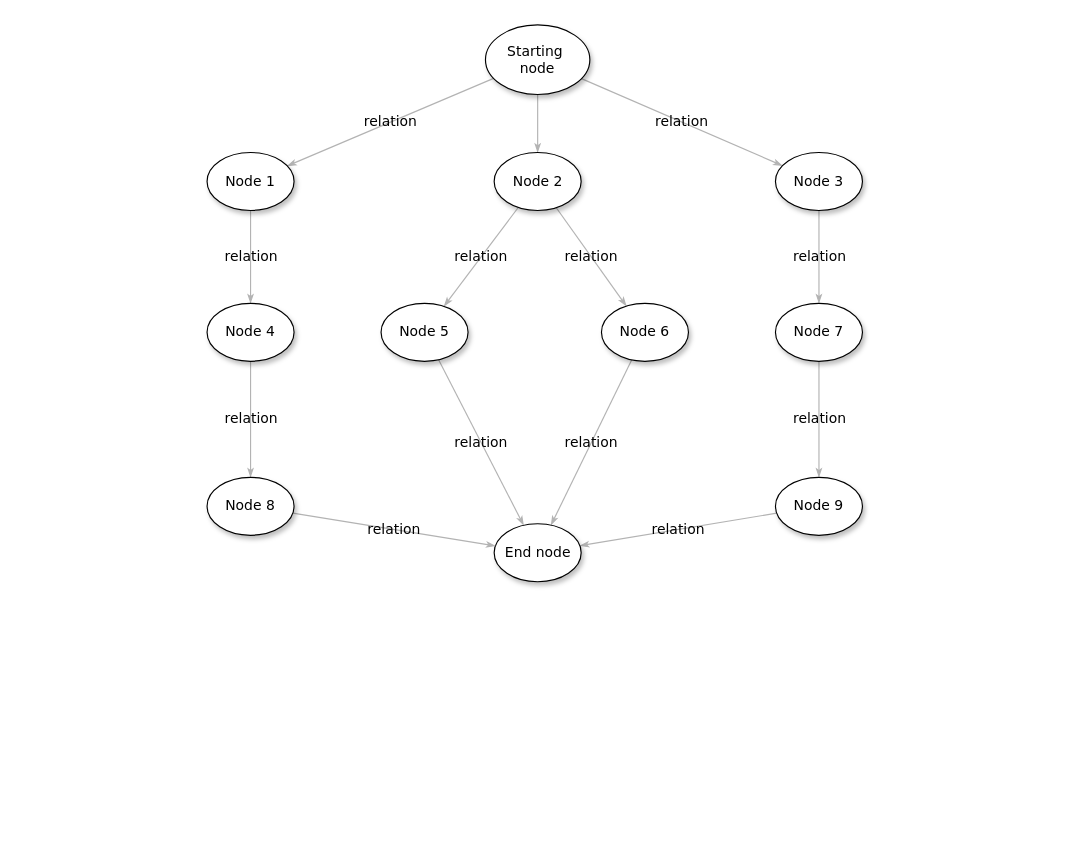
Before: Untitled Diagram.drawio in allen-wiki/Auto.Js, a draw.io diagram. Source tidied: cells renumbered, new cells numbered last; positions are measured from the earlier drawing's top-left corner, leaving out a move shared by most shapes. Both pictures are drawn from the tidied source at 116%, with x=0, y=0 at pixel (206, 24).
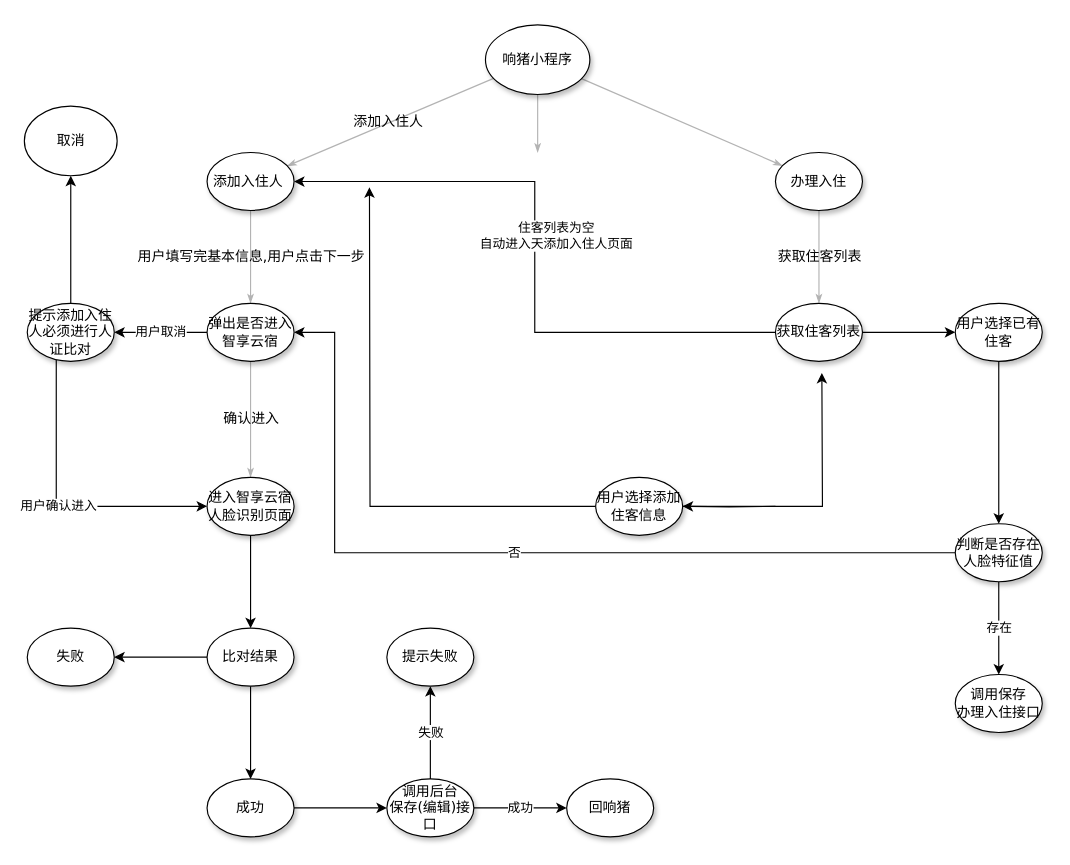
Above is the later version.

Change to the diagram source:
```diff
@@
-    <mxCell id="2" style="edgeStyle=none;rounded=1;html=1;labelBackgroundColor=none;startArrow=none;startFill=0;startSize=5;endArrow=classicThin;endFill=1;endSize=5;jettySize=auto;strokeColor=#B3B3B3;strokeWidth=1;fontFamily=Verdana;fontSize=12;" parent="1" edge="1" source="5" target="8">
-      <mxGeometry relative="1" as="geometry" />
+    <mxCell id="2" style="edgeStyle=none;rounded=1;html=1;labelBackgroundColor=none;startArrow=none;startFill=0;startSize=5;endArrow=classicThin;endFill=1;endSize=5;jettySize=auto;strokeColor=#B3B3B3;strokeWidth=1;fontFamily=Verdana;fontSize=12;" parent="1" edge="1" source="5">
+      <mxGeometry relative="1" as="geometry">
+        <mxPoint x="285" y="110" as="targetPoint" />
+      </mxGeometry>
     </mxCell>
-    <mxCell id="3" value="relation" style="edgeStyle=none;rounded=1;html=1;labelBackgroundColor=none;startArrow=none;startFill=0;startSize=5;endArrow=classicThin;endFill=1;endSize=5;jettySize=auto;strokeColor=#B3B3B3;strokeWidth=1;fontFamily=Verdana;fontSize=12;" parent="1" edge="1" source="5" target="21">
+    <mxCell id="3" value="添加入住人&amp;nbsp;" style="edgeStyle=none;rounded=1;html=1;labelBackgroundColor=none;startArrow=none;startFill=0;startSize=5;endArrow=classicThin;endFill=1;endSize=5;jettySize=auto;strokeColor=#B3B3B3;strokeWidth=1;fontFamily=Verdana;fontSize=12;" parent="1" edge="1" source="5" target="21">
       <mxGeometry relative="1" as="geometry" />
     </mxCell>
-    <mxCell id="4" value="relation" style="edgeStyle=none;rounded=1;html=1;labelBackgroundColor=none;startArrow=none;startFill=0;startSize=5;endArrow=classicThin;endFill=1;endSize=5;jettySize=auto;strokeColor=#B3B3B3;strokeWidth=1;fontFamily=Verdana;fontSize=12;" parent="1" edge="1" source="5" target="10">
+    <mxCell id="4" style="edgeStyle=none;rounded=1;html=1;labelBackgroundColor=none;startArrow=none;startFill=0;startSize=5;endArrow=classicThin;endFill=1;endSize=5;jettySize=auto;strokeColor=#B3B3B3;strokeWidth=1;fontFamily=Verdana;fontSize=12;" parent="1" edge="1" source="5" target="10">
       <mxGeometry relative="1" as="geometry" />
     </mxCell>
-    <mxCell id="5" value="Starting&amp;nbsp;&lt;div&gt;node&lt;/div&gt;" style="ellipse;whiteSpace=wrap;html=1;rounded=0;shadow=1;comic=0;labelBackgroundColor=none;strokeWidth=1;fontFamily=Verdana;fontSize=12;align=center;" parent="1" vertex="1">
+    <mxCell id="5" value="响猪小程序" style="ellipse;whiteSpace=wrap;html=1;rounded=0;shadow=1;comic=0;labelBackgroundColor=none;strokeWidth=1;fontFamily=Verdana;fontSize=12;align=center;" parent="1" vertex="1">
       <mxGeometry x="240" width="90" height="60" as="geometry" />
     </mxCell>
-    <mxCell id="6" value="relation" style="edgeStyle=none;rounded=1;html=1;labelBackgroundColor=none;startArrow=none;startFill=0;startSize=5;endArrow=classicThin;endFill=1;endSize=5;jettySize=auto;strokeColor=#B3B3B3;strokeWidth=1;fontFamily=Verdana;fontSize=12;" parent="1" edge="1" source="8" target="18">
-      <mxGeometry relative="1" as="geometry" />
-    </mxCell>
-    <mxCell id="7" value="relation" style="edgeStyle=none;rounded=1;html=1;labelBackgroundColor=none;startArrow=none;startFill=0;startSize=5;endArrow=classicThin;endFill=1;endSize=5;jettySize=auto;strokeColor=#B3B3B3;strokeWidth=1;fontFamily=Verdana;fontSize=12;" parent="1" edge="1" source="8" target="16">
-      <mxGeometry relative="1" as="geometry" />
-    </mxCell>
-    <mxCell id="8" value="&lt;span&gt;Node 2&lt;/span&gt;" style="ellipse;whiteSpace=wrap;html=1;rounded=0;shadow=1;comic=0;labelBackgroundColor=none;strokeWidth=1;fontFamily=Verdana;fontSize=12;align=center;" parent="1" vertex="1">
-      <mxGeometry x="247.5" y="110" width="75" height="50" as="geometry" />
-    </mxCell>
-    <mxCell id="9" value="relation" style="edgeStyle=none;rounded=1;html=1;labelBackgroundColor=none;startArrow=none;startFill=0;startSize=5;endArrow=classicThin;endFill=1;endSize=5;jettySize=auto;strokeColor=#B3B3B3;strokeWidth=1;fontFamily=Verdana;fontSize=12;" parent="1" edge="1" source="10" target="12">
+    <mxCell id="9" value="获取住客列表" style="edgeStyle=none;rounded=1;html=1;labelBackgroundColor=none;startArrow=none;startFill=0;startSize=5;endArrow=classicThin;endFill=1;endSize=5;jettySize=auto;strokeColor=#B3B3B3;strokeWidth=1;fontFamily=Verdana;fontSize=12;" parent="1" edge="1" source="10" target="12">
       <mxGeometry relative="1" as="geometry" />
     </mxCell>
-    <mxCell id="10" value="&lt;span&gt;Node 3&lt;/span&gt;" style="ellipse;whiteSpace=wrap;html=1;rounded=0;shadow=1;comic=0;labelBackgroundColor=none;strokeWidth=1;fontFamily=Verdana;fontSize=12;align=center;" parent="1" vertex="1">
+    <mxCell id="10" value="&lt;span&gt;办理入住&lt;/span&gt;" style="ellipse;whiteSpace=wrap;html=1;rounded=0;shadow=1;comic=0;labelBackgroundColor=none;strokeWidth=1;fontFamily=Verdana;fontSize=12;align=center;" parent="1" vertex="1">
       <mxGeometry x="490" y="110" width="75" height="50" as="geometry" />
     </mxCell>
-    <mxCell id="11" value="relation" style="edgeStyle=none;rounded=1;html=1;labelBackgroundColor=none;startArrow=none;startFill=0;startSize=5;endArrow=classicThin;endFill=1;endSize=5;jettySize=auto;strokeColor=#B3B3B3;strokeWidth=1;fontFamily=Verdana;fontSize=12;" parent="1" edge="1" source="12" target="14">
-      <mxGeometry relative="1" as="geometry" />
-    </mxCell>
+    <mxCell id="26" value="住客列表为空&lt;br&gt;自动进入天添加入住人页面" style="edgeStyle=orthogonalEdgeStyle;rounded=0;jettySize=auto;html=1;entryX=1;entryY=0.5;entryDx=0;entryDy=0;" parent="1" edge="1" source="12" target="21">
+      <mxGeometry x="0.07" y="-17" relative="1" as="geometry">
+        <mxPoint x="1" y="1" as="offset" />
+      </mxGeometry>
+    </mxCell>
+    <mxCell id="27" style="edgeStyle=orthogonalEdgeStyle;rounded=0;jettySize=auto;html=1;" parent="1" edge="1" source="12" target="50">
+      <mxGeometry relative="1" as="geometry" />
+    </mxCell>
-    <mxCell id="12" value="&lt;span&gt;Node 7&lt;/span&gt;" style="ellipse;whiteSpace=wrap;html=1;rounded=0;shadow=1;comic=0;labelBackgroundColor=none;strokeWidth=1;fontFamily=Verdana;fontSize=12;align=center;" parent="1" vertex="1">
+    <mxCell id="12" value="&lt;span&gt;获取住客列表&lt;/span&gt;" style="ellipse;whiteSpace=wrap;html=1;rounded=0;shadow=1;comic=0;labelBackgroundColor=none;strokeWidth=1;fontFamily=Verdana;fontSize=12;align=center;" parent="1" vertex="1">
       <mxGeometry x="490" y="240" width="75" height="50" as="geometry" />
     </mxCell>
-    <mxCell id="13" value="relation" style="edgeStyle=none;rounded=1;html=1;labelBackgroundColor=none;startArrow=none;startFill=0;startSize=5;endArrow=classicThin;endFill=1;endSize=5;jettySize=auto;strokeColor=#B3B3B3;strokeWidth=1;fontFamily=Verdana;fontSize=12;" parent="1" edge="1" source="14" target="19">
-      <mxGeometry relative="1" as="geometry" />
-    </mxCell>
-    <mxCell id="14" value="&lt;span&gt;Node 9&lt;/span&gt;" style="ellipse;whiteSpace=wrap;html=1;rounded=0;shadow=1;comic=0;labelBackgroundColor=none;strokeWidth=1;fontFamily=Verdana;fontSize=12;align=center;" parent="1" vertex="1">
-      <mxGeometry x="490" y="390" width="75" height="50" as="geometry" />
-    </mxCell>
-    <mxCell id="15" value="relation" style="edgeStyle=none;rounded=1;html=1;labelBackgroundColor=none;startArrow=none;startFill=0;startSize=5;endArrow=classicThin;endFill=1;endSize=5;jettySize=auto;strokeColor=#B3B3B3;strokeWidth=1;fontFamily=Verdana;fontSize=12;" parent="1" edge="1" source="16" target="19">
-      <mxGeometry relative="1" as="geometry" />
-    </mxCell>
-    <mxCell id="16" value="&lt;span&gt;Node 6&lt;/span&gt;" style="ellipse;whiteSpace=wrap;html=1;rounded=0;shadow=1;comic=0;labelBackgroundColor=none;strokeWidth=1;fontFamily=Verdana;fontSize=12;align=center;" parent="1" vertex="1">
-      <mxGeometry x="340" y="240" width="75" height="50" as="geometry" />
-    </mxCell>
-    <mxCell id="17" value="relation" style="edgeStyle=none;rounded=1;html=1;labelBackgroundColor=none;startArrow=none;startFill=0;startSize=5;endArrow=classicThin;endFill=1;endSize=5;jettySize=auto;strokeColor=#B3B3B3;strokeWidth=1;fontFamily=Verdana;fontSize=12;" parent="1" edge="1" source="18" target="19">
-      <mxGeometry relative="1" as="geometry" />
-    </mxCell>
-    <mxCell id="18" value="&lt;span&gt;Node 5&lt;/span&gt;" style="ellipse;whiteSpace=wrap;html=1;rounded=0;shadow=1;comic=0;labelBackgroundColor=none;strokeWidth=1;fontFamily=Verdana;fontSize=12;align=center;" parent="1" vertex="1">
-      <mxGeometry x="150" y="240" width="75" height="50" as="geometry" />
-    </mxCell>
-    <mxCell id="19" value="End node" style="ellipse;whiteSpace=wrap;html=1;rounded=0;shadow=1;comic=0;labelBackgroundColor=none;strokeWidth=1;fontFamily=Verdana;fontSize=12;align=center;" parent="1" vertex="1">
-      <mxGeometry x="247.5" y="430" width="75" height="50" as="geometry" />
-    </mxCell>
+    <mxCell id="28" style="edgeStyle=orthogonalEdgeStyle;rounded=0;jettySize=auto;html=1;" parent="1" edge="1" target="48">
+      <mxGeometry relative="1" as="geometry">
+        <mxPoint x="490" y="415" as="sourcePoint" />
+      </mxGeometry>
+    </mxCell>
-    <mxCell id="20" value="relation" style="edgeStyle=none;rounded=1;html=1;labelBackgroundColor=none;startArrow=none;startFill=0;startSize=5;endArrow=classicThin;endFill=1;endSize=5;jettySize=auto;strokeColor=#B3B3B3;strokeWidth=1;fontFamily=Verdana;fontSize=12;" parent="1" edge="1" source="21" target="23">
+    <mxCell id="20" value="用户填写完基本信息,用户点击下一步" style="edgeStyle=none;rounded=1;html=1;labelBackgroundColor=none;startArrow=none;startFill=0;startSize=5;endArrow=classicThin;endFill=1;endSize=5;jettySize=auto;strokeColor=#B3B3B3;strokeWidth=1;fontFamily=Verdana;fontSize=12;" parent="1" edge="1" source="21" target="23">
       <mxGeometry relative="1" as="geometry" />
     </mxCell>
-    <mxCell id="21" value="Node 1" style="ellipse;whiteSpace=wrap;html=1;rounded=0;shadow=1;comic=0;labelBackgroundColor=none;strokeWidth=1;fontFamily=Verdana;fontSize=12;align=center;" parent="1" vertex="1">
+    <mxCell id="21" value="&lt;span&gt;添加入住人&amp;nbsp;&lt;/span&gt;" style="ellipse;whiteSpace=wrap;html=1;rounded=0;shadow=1;comic=0;labelBackgroundColor=none;strokeWidth=1;fontFamily=Verdana;fontSize=12;align=center;" parent="1" vertex="1">
       <mxGeometry y="110" width="75" height="50" as="geometry" />
     </mxCell>
-    <mxCell id="22" value="relation" style="edgeStyle=none;rounded=1;html=1;labelBackgroundColor=none;startArrow=none;startFill=0;startSize=5;endArrow=classicThin;endFill=1;endSize=5;jettySize=auto;strokeColor=#B3B3B3;strokeWidth=1;fontFamily=Verdana;fontSize=12;" parent="1" edge="1" source="23" target="25">
+    <mxCell id="22" value="确认进入" style="edgeStyle=none;rounded=1;html=1;labelBackgroundColor=none;startArrow=none;startFill=0;startSize=5;endArrow=classicThin;endFill=1;endSize=5;jettySize=auto;strokeColor=#B3B3B3;strokeWidth=1;fontFamily=Verdana;fontSize=12;" parent="1" edge="1" source="23" target="25">
       <mxGeometry relative="1" as="geometry" />
     </mxCell>
+    <mxCell id="29" value="用户取消" style="edgeStyle=orthogonalEdgeStyle;rounded=0;jettySize=auto;html=1;" parent="1" edge="1" source="23" target="33">
+      <mxGeometry relative="1" as="geometry" />
+    </mxCell>
-    <mxCell id="23" value="&lt;span&gt;Node 4&lt;/span&gt;" style="ellipse;whiteSpace=wrap;html=1;rounded=0;shadow=1;comic=0;labelBackgroundColor=none;strokeWidth=1;fontFamily=Verdana;fontSize=12;align=center;" parent="1" vertex="1">
+    <mxCell id="23" value="弹出是否进入智享云宿" style="ellipse;whiteSpace=wrap;html=1;rounded=0;shadow=1;comic=0;labelBackgroundColor=none;strokeWidth=1;fontFamily=Verdana;fontSize=12;align=center;" parent="1" vertex="1">
       <mxGeometry y="240" width="75" height="50" as="geometry" />
     </mxCell>
-    <mxCell id="24" value="relation" style="edgeStyle=none;rounded=1;html=1;labelBackgroundColor=none;startArrow=none;startFill=0;startSize=5;endArrow=classicThin;endFill=1;endSize=5;jettySize=auto;strokeColor=#B3B3B3;strokeWidth=1;fontFamily=Verdana;fontSize=12;" parent="1" edge="1" source="25" target="19">
-      <mxGeometry relative="1" as="geometry" />
-    </mxCell>
+    <mxCell id="30" style="edgeStyle=orthogonalEdgeStyle;rounded=0;jettySize=auto;html=1;" parent="1" edge="1" source="25" target="36">
+      <mxGeometry relative="1" as="geometry" />
+    </mxCell>
-    <mxCell id="25" value="&lt;span&gt;Node 8&lt;/span&gt;" style="ellipse;whiteSpace=wrap;html=1;rounded=0;shadow=1;comic=0;labelBackgroundColor=none;strokeWidth=1;fontFamily=Verdana;fontSize=12;align=center;" parent="1" vertex="1">
+    <mxCell id="25" value="进入智享云宿人脸识别页面" style="ellipse;whiteSpace=wrap;html=1;rounded=0;shadow=1;comic=0;labelBackgroundColor=none;strokeWidth=1;fontFamily=Verdana;fontSize=12;align=center;" parent="1" vertex="1">
       <mxGeometry y="390" width="75" height="50" as="geometry" />
     </mxCell>
+    <mxCell id="31" value="用户确认进入" style="edgeStyle=orthogonalEdgeStyle;rounded=0;jettySize=auto;html=1;" parent="1" edge="1" source="33" target="25">
+      <mxGeometry relative="1" as="geometry">
+        <Array as="points">
+          <mxPoint x="-130" y="415" />
+        </Array>
+      </mxGeometry>
+    </mxCell>
+    <mxCell id="32" style="edgeStyle=orthogonalEdgeStyle;rounded=0;jettySize=auto;html=1;" parent="1" edge="1" source="33" target="45">
+      <mxGeometry relative="1" as="geometry" />
+    </mxCell>
+    <mxCell id="33" value="提示添加入住人必须进行人证比对" style="ellipse;whiteSpace=wrap;html=1;rounded=0;shadow=1;comic=0;labelBackgroundColor=none;strokeWidth=1;fontFamily=Verdana;fontSize=12;align=center;" parent="1" vertex="1">
+      <mxGeometry x="-155" y="240" width="75" height="50" as="geometry" />
+    </mxCell>
+    <mxCell id="34" style="edgeStyle=orthogonalEdgeStyle;rounded=0;jettySize=auto;html=1;" parent="1" edge="1" source="36" target="37">
+      <mxGeometry relative="1" as="geometry" />
+    </mxCell>
+    <mxCell id="35" style="edgeStyle=orthogonalEdgeStyle;rounded=0;jettySize=auto;html=1;" parent="1" edge="1" source="36" target="39">
+      <mxGeometry relative="1" as="geometry" />
+    </mxCell>
+    <mxCell id="36" value="比对结果" style="ellipse;whiteSpace=wrap;html=1;rounded=0;shadow=1;comic=0;labelBackgroundColor=none;strokeWidth=1;fontFamily=Verdana;fontSize=12;align=center;" parent="1" vertex="1">
+      <mxGeometry y="520" width="75" height="50" as="geometry" />
+    </mxCell>
+    <mxCell id="37" value="失败" style="ellipse;whiteSpace=wrap;html=1;rounded=0;shadow=1;comic=0;labelBackgroundColor=none;strokeWidth=1;fontFamily=Verdana;fontSize=12;align=center;" parent="1" vertex="1">
+      <mxGeometry x="-155" y="520" width="75" height="50" as="geometry" />
+    </mxCell>
+    <mxCell id="38" style="edgeStyle=orthogonalEdgeStyle;rounded=0;jettySize=auto;html=1;" parent="1" edge="1" source="39" target="42">
+      <mxGeometry relative="1" as="geometry" />
+    </mxCell>
+    <mxCell id="39" value="成功" style="ellipse;whiteSpace=wrap;html=1;rounded=0;shadow=1;comic=0;labelBackgroundColor=none;strokeWidth=1;fontFamily=Verdana;fontSize=12;align=center;" parent="1" vertex="1">
+      <mxGeometry y="650" width="75" height="50" as="geometry" />
+    </mxCell>
+    <mxCell id="40" value="成功" style="edgeStyle=orthogonalEdgeStyle;rounded=0;jettySize=auto;html=1;" parent="1" edge="1" source="42" target="43">
+      <mxGeometry relative="1" as="geometry" />
+    </mxCell>
+    <mxCell id="41" value="失败" style="edgeStyle=orthogonalEdgeStyle;rounded=0;jettySize=auto;html=1;" parent="1" edge="1" source="42" target="44">
+      <mxGeometry relative="1" as="geometry" />
+    </mxCell>
+    <mxCell id="42" value="调用后台&lt;br&gt;保存(编辑)接口" style="ellipse;whiteSpace=wrap;html=1;rounded=0;shadow=1;comic=0;labelBackgroundColor=none;strokeWidth=1;fontFamily=Verdana;fontSize=12;align=center;" parent="1" vertex="1">
+      <mxGeometry x="155" y="650" width="75" height="50" as="geometry" />
+    </mxCell>
+    <mxCell id="43" value="回响猪" style="ellipse;whiteSpace=wrap;html=1;rounded=0;shadow=1;comic=0;labelBackgroundColor=none;strokeWidth=1;fontFamily=Verdana;fontSize=12;align=center;" parent="1" vertex="1">
+      <mxGeometry x="310" y="650" width="75" height="50" as="geometry" />
+    </mxCell>
+    <mxCell id="44" value="提示失败" style="ellipse;whiteSpace=wrap;html=1;rounded=0;shadow=1;comic=0;labelBackgroundColor=none;strokeWidth=1;fontFamily=Verdana;fontSize=12;align=center;" parent="1" vertex="1">
+      <mxGeometry x="155" y="520" width="75" height="50" as="geometry" />
+    </mxCell>
+    <mxCell id="45" value="取消" style="ellipse;whiteSpace=wrap;html=1;" parent="1" vertex="1">
+      <mxGeometry x="-157.5" y="70" width="80" height="60" as="geometry" />
+    </mxCell>
+    <mxCell id="46" style="edgeStyle=orthogonalEdgeStyle;rounded=0;jettySize=auto;html=1;" parent="1" edge="1" source="48">
+      <mxGeometry relative="1" as="geometry">
+        <mxPoint x="140" y="140" as="targetPoint" />
+      </mxGeometry>
+    </mxCell>
+    <mxCell id="47" style="edgeStyle=orthogonalEdgeStyle;rounded=0;jettySize=auto;html=1;" parent="1" edge="1" source="48">
+      <mxGeometry relative="1" as="geometry">
+        <mxPoint x="530" y="300" as="targetPoint" />
+      </mxGeometry>
+    </mxCell>
+    <mxCell id="48" value="用户选择添加住客信息" style="ellipse;whiteSpace=wrap;html=1;rounded=0;shadow=1;comic=0;labelBackgroundColor=none;strokeWidth=1;fontFamily=Verdana;fontSize=12;align=center;" parent="1" vertex="1">
+      <mxGeometry x="335" y="390" width="75" height="50" as="geometry" />
+    </mxCell>
+    <mxCell id="49" style="edgeStyle=orthogonalEdgeStyle;rounded=0;jettySize=auto;html=1;" parent="1" edge="1" source="50" target="53">
+      <mxGeometry relative="1" as="geometry" />
+    </mxCell>
+    <mxCell id="50" value="用户选择已有&lt;br&gt;住客" style="ellipse;whiteSpace=wrap;html=1;rounded=0;shadow=1;comic=0;labelBackgroundColor=none;strokeWidth=1;fontFamily=Verdana;fontSize=12;align=center;" parent="1" vertex="1">
+      <mxGeometry x="645" y="240" width="75" height="50" as="geometry" />
+    </mxCell>
+    <mxCell id="51" value="否" style="edgeStyle=orthogonalEdgeStyle;rounded=0;jettySize=auto;html=1;entryX=1;entryY=0.5;entryDx=0;entryDy=0;" parent="1" edge="1" source="53" target="23">
+      <mxGeometry relative="1" as="geometry">
+        <Array as="points">
+          <mxPoint x="110" y="455" />
+          <mxPoint x="110" y="265" />
+        </Array>
+      </mxGeometry>
+    </mxCell>
+    <mxCell id="52" value="存在" style="edgeStyle=orthogonalEdgeStyle;rounded=0;jettySize=auto;html=1;" parent="1" edge="1" source="53" target="54">
+      <mxGeometry relative="1" as="geometry" />
+    </mxCell>
+    <mxCell id="53" value="判断是否存在&lt;br&gt;人脸特征值" style="ellipse;whiteSpace=wrap;html=1;rounded=0;shadow=1;comic=0;labelBackgroundColor=none;strokeWidth=1;fontFamily=Verdana;fontSize=12;align=center;" parent="1" vertex="1">
+      <mxGeometry x="645" y="430" width="75" height="50" as="geometry" />
+    </mxCell>
+    <mxCell id="54" value="调用保存&lt;br&gt;办理入住接口" style="ellipse;whiteSpace=wrap;html=1;rounded=0;shadow=1;comic=0;labelBackgroundColor=none;strokeWidth=1;fontFamily=Verdana;fontSize=12;align=center;" parent="1" vertex="1">
+      <mxGeometry x="645" y="560" width="75" height="50" as="geometry" />
+    </mxCell>
```
